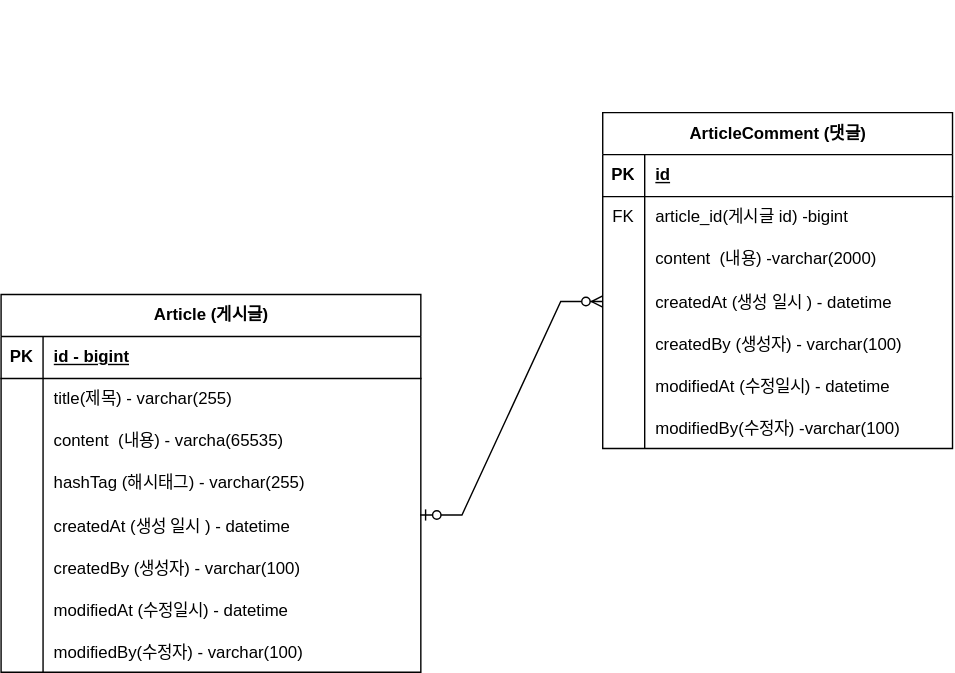
cosmos-csh/board-project keeps this draw.io diagram as fast-board-project/document/project-board.svg. Above is the earlier version. Source tidied: cells renumbered, new cells last; positions are measured from the earlier drawing's top-left corner, leaving out a move shared by most shapes.
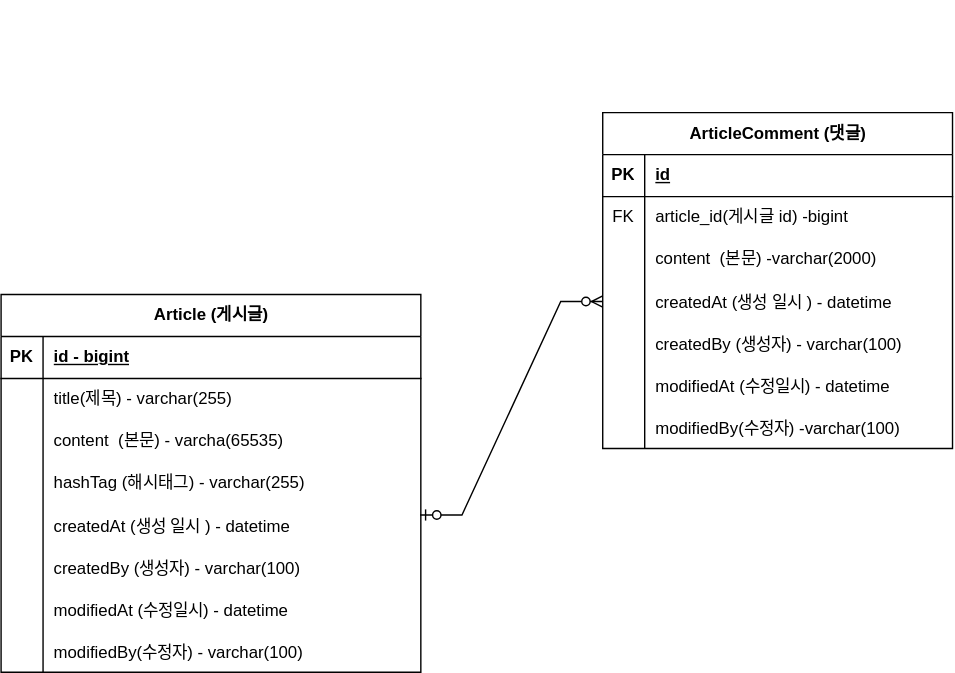
Later version of the same file.

Commit message:
#4 ERD 수정 project-board-.svg 업데이트

Change to the diagram source:
```diff
@@ -32,7 +32,7 @@
     <mxCell id="11" style="shape=partialRectangle;fillColor=none;top=0;left=0;bottom=0;right=0;overflow=hidden;whiteSpace=wrap;html=1;" parent="10" vertex="1">
       <mxGeometry width="30" height="30" as="geometry" />
     </mxCell>
-    <mxCell id="12" value="content&amp;nbsp; (내용) - varcha(65535)" style="shape=partialRectangle;fillColor=none;top=0;left=0;bottom=0;right=0;align=left;spacingLeft=6;overflow=hidden;whiteSpace=wrap;html=1;" parent="10" vertex="1">
+    <mxCell id="12" value="content&amp;nbsp; (본문) - varcha(65535)" style="shape=partialRectangle;fillColor=none;top=0;left=0;bottom=0;right=0;align=left;spacingLeft=6;overflow=hidden;whiteSpace=wrap;html=1;" parent="10" vertex="1">
       <mxGeometry x="30" width="270" height="30" as="geometry" />
     </mxCell>
     <mxCell id="13" style="shape=tableRow;horizontal=0;startSize=0;swimlaneHead=0;swimlaneBody=0;fillColor=none;top=0;left=0;right=0;bottom=0;" parent="3" vertex="1">
@@ -107,7 +107,7 @@
     <mxCell id="36" style="shape=partialRectangle;fillColor=none;top=0;left=0;bottom=0;right=0;overflow=hidden;whiteSpace=wrap;html=1;" parent="35" vertex="1">
       <mxGeometry width="30" height="30" as="geometry" />
     </mxCell>
-    <mxCell id="37" value="content&amp;nbsp; (내용) -varchar(2000)" style="shape=partialRectangle;fillColor=none;top=0;left=0;bottom=0;right=0;align=left;spacingLeft=6;overflow=hidden;whiteSpace=wrap;html=1;" parent="35" vertex="1">
+    <mxCell id="37" value="content&amp;nbsp; (본문) -varchar(2000)" style="shape=partialRectangle;fillColor=none;top=0;left=0;bottom=0;right=0;align=left;spacingLeft=6;overflow=hidden;whiteSpace=wrap;html=1;" parent="35" vertex="1">
       <mxGeometry x="30" width="220" height="30" as="geometry" />
     </mxCell>
     <mxCell id="38" style="shape=tableRow;horizontal=0;startSize=0;swimlaneHead=0;swimlaneBody=0;fillColor=none;points=[[0,0.5],[1,0.5]];portConstraint=eastwest;top=0;left=0;right=0;bottom=0;" parent="28" vertex="1">
```
